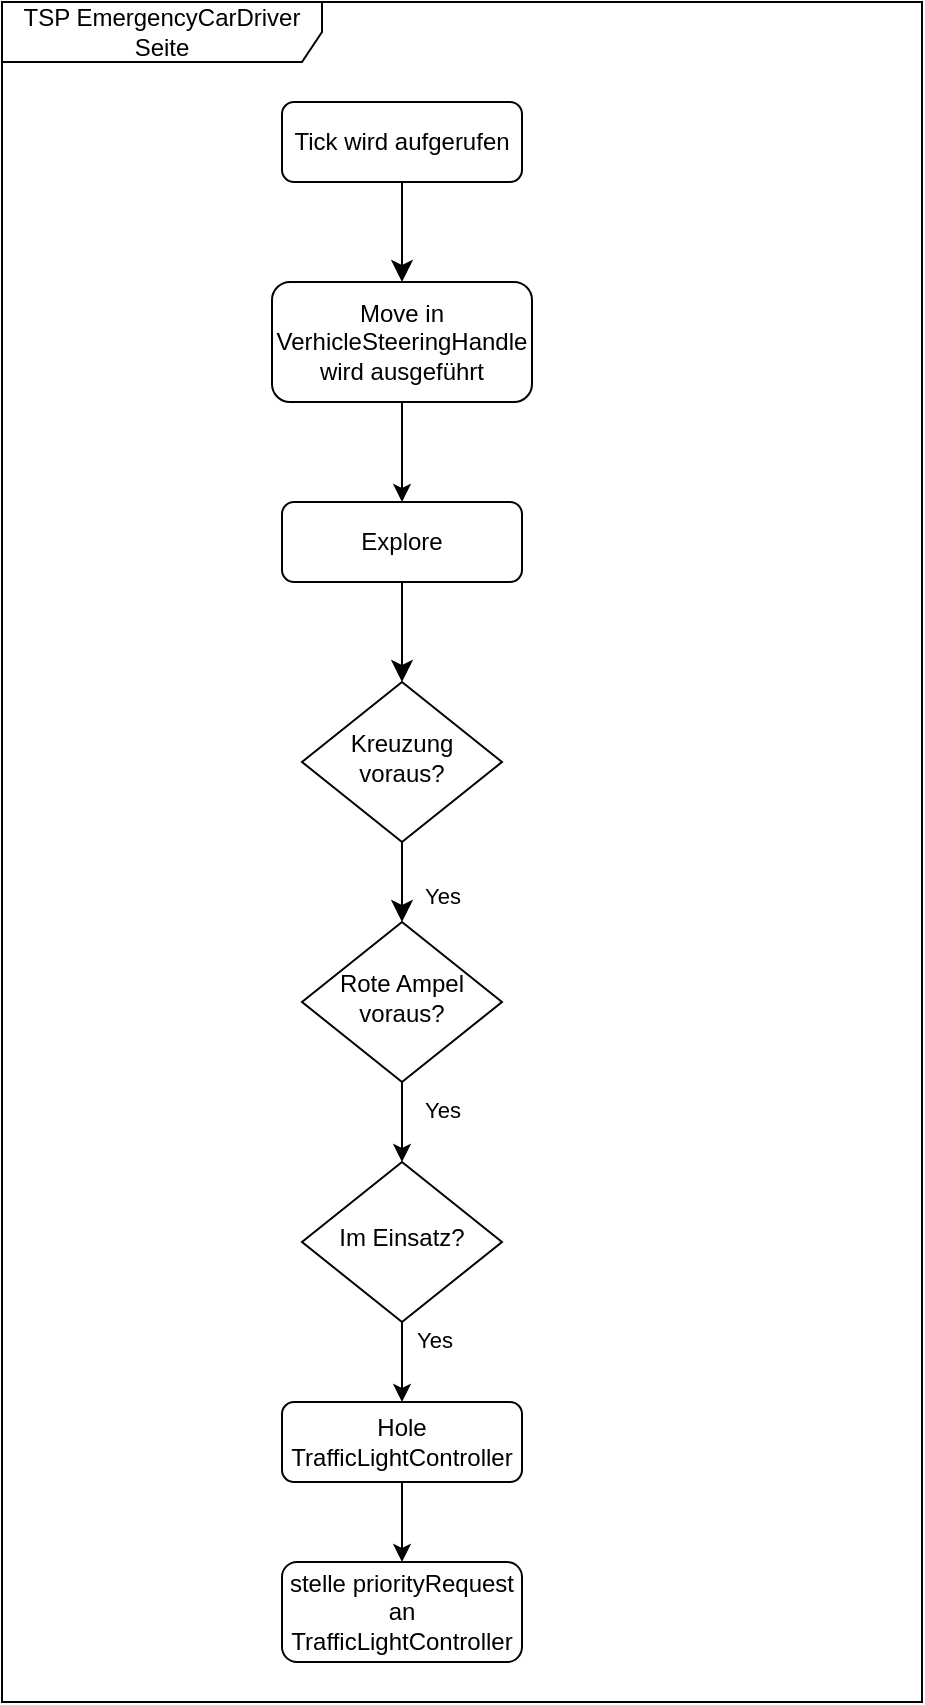
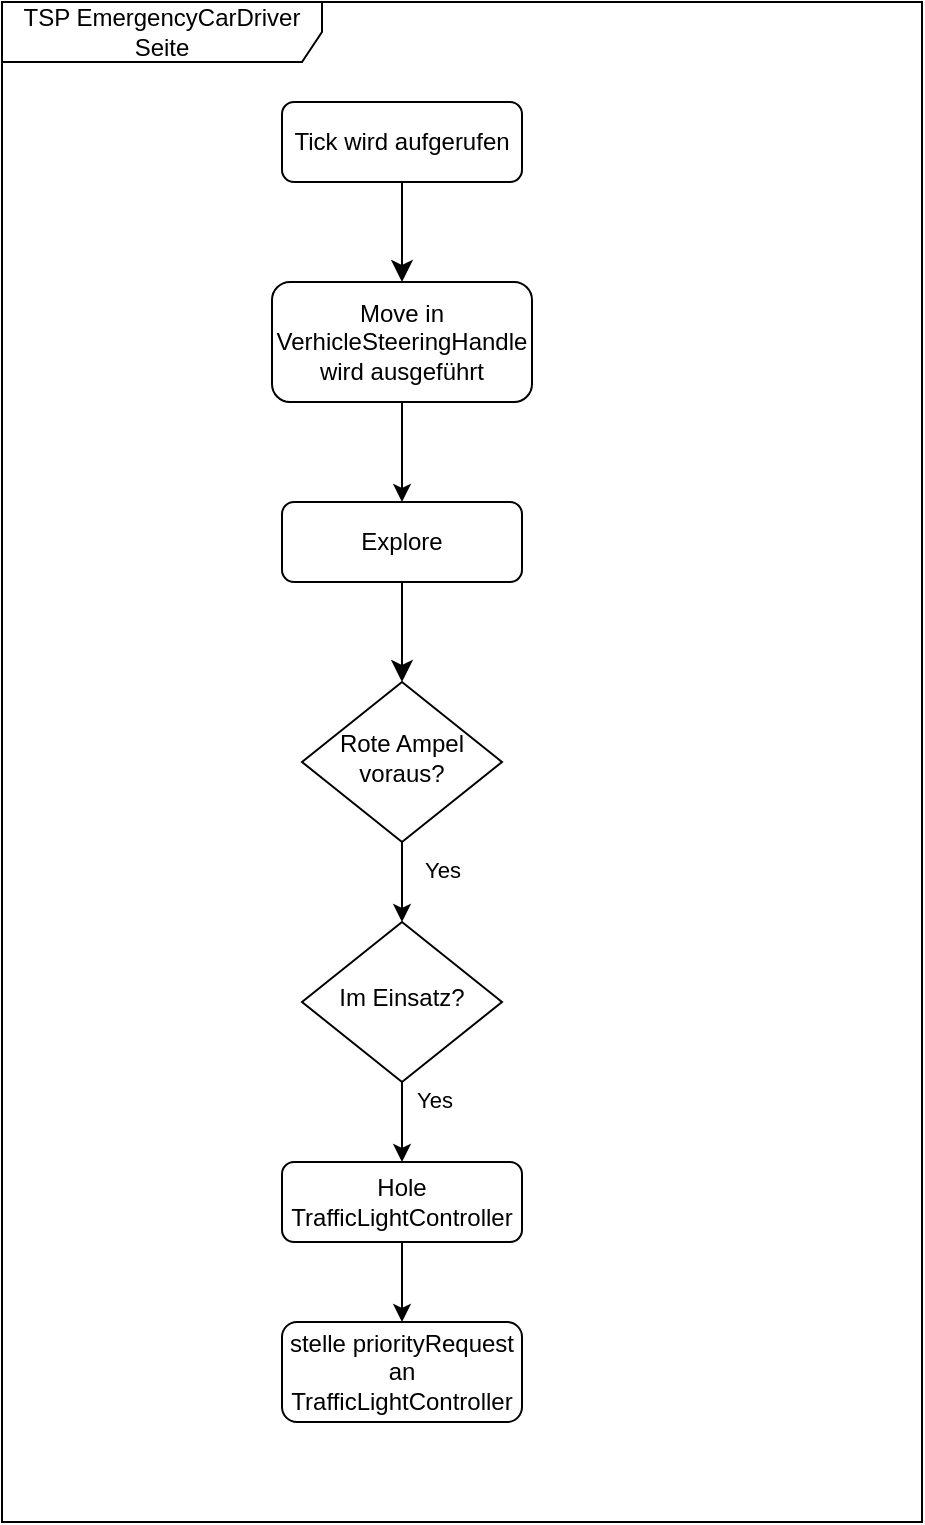
- <mxfile host="Electron" modified="2025-01-20T13:23:38.917Z" agent="Mozilla/5.0 (X11; Linux x86_64) AppleWebKit/537.36 (KHTML, like Gecko) draw.io/24.1.0 Chrome/120.0.6099.109 Electron/28.1.0 Safari/537.36" etag="bBRcKtyAaamduAmRot8n" version="24.1.0" type="device">
+ <mxfile host="Electron" modified="2025-01-20T13:28:28.985Z" agent="Mozilla/5.0 (X11; Linux x86_64) AppleWebKit/537.36 (KHTML, like Gecko) draw.io/24.1.0 Chrome/120.0.6099.109 Electron/28.1.0 Safari/537.36" etag="DqoDmDXPpGcBspJIeM8T" version="24.1.0" type="device">
  <diagram id="C5RBs43oDa-KdzZeNtuy" name="Page-1">
    <mxGraphModel dx="1434" dy="820" grid="1" gridSize="10" guides="1" tooltips="1" connect="1" arrows="1" fold="1" page="1" pageScale="1" pageWidth="827" pageHeight="1169" math="0" shadow="0">
      <root>
        <mxCell id="WIyWlLk6GJQsqaUBKTNV-0" />
        <mxCell id="WIyWlLk6GJQsqaUBKTNV-1" parent="WIyWlLk6GJQsqaUBKTNV-0" />
        <mxCell id="E5wwBqUY0exrpPn3Oe4c-1" value="TSP EmergencyCarDriver Seite" style="shape=umlFrame;whiteSpace=wrap;html=1;pointerEvents=0;recursiveResize=0;container=1;collapsible=0;width=160;" parent="WIyWlLk6GJQsqaUBKTNV-1" vertex="1">
-           <mxGeometry x="60" y="30" width="460" height="850" as="geometry" />
+           <mxGeometry x="60" y="30" width="460" height="760" as="geometry" />
        </mxCell>
        <mxCell id="WIyWlLk6GJQsqaUBKTNV-2" value="" style="rounded=0;html=1;jettySize=auto;orthogonalLoop=1;fontSize=11;endArrow=classic;endFill=1;endSize=8;strokeWidth=1;shadow=0;labelBackgroundColor=none;edgeStyle=orthogonalEdgeStyle;" parent="E5wwBqUY0exrpPn3Oe4c-1" source="WIyWlLk6GJQsqaUBKTNV-3" edge="1">
          <mxGeometry relative="1" as="geometry">
            <mxPoint x="200" y="140" as="targetPoint" />
          </mxGeometry>
        </mxCell>
        <mxCell id="WIyWlLk6GJQsqaUBKTNV-3" value="Tick wird aufgerufen" style="rounded=1;whiteSpace=wrap;html=1;fontSize=12;glass=0;strokeWidth=1;shadow=0;" parent="E5wwBqUY0exrpPn3Oe4c-1" vertex="1">
          <mxGeometry x="140" y="50" width="120" height="40" as="geometry" />
        </mxCell>
-         <mxCell id="WIyWlLk6GJQsqaUBKTNV-4" value="" style="rounded=0;html=1;jettySize=auto;orthogonalLoop=1;fontSize=11;endArrow=classic;endFill=1;endSize=8;strokeWidth=1;shadow=0;labelBackgroundColor=none;edgeStyle=orthogonalEdgeStyle;exitX=0.5;exitY=1;exitDx=0;exitDy=0;" parent="E5wwBqUY0exrpPn3Oe4c-1" source="E5wwBqUY0exrpPn3Oe4c-2" target="WIyWlLk6GJQsqaUBKTNV-10" edge="1">
+         <mxCell id="WIyWlLk6GJQsqaUBKTNV-4" value="" style="rounded=0;html=1;jettySize=auto;orthogonalLoop=1;fontSize=11;endArrow=classic;endFill=1;endSize=8;strokeWidth=1;shadow=0;labelBackgroundColor=none;edgeStyle=orthogonalEdgeStyle;exitX=0.5;exitY=1;exitDx=0;exitDy=0;" parent="E5wwBqUY0exrpPn3Oe4c-1" source="E5wwBqUY0exrpPn3Oe4c-2" edge="1">
          <mxGeometry y="20" relative="1" as="geometry">
            <mxPoint as="offset" />
            <mxPoint x="195" y="370" as="sourcePoint" />
+             <mxPoint x="200" y="340" as="targetPoint" />
          </mxGeometry>
        </mxCell>
        <mxCell id="E5wwBqUY0exrpPn3Oe4c-4" style="edgeStyle=orthogonalEdgeStyle;rounded=0;orthogonalLoop=1;jettySize=auto;html=1;entryX=0.5;entryY=0;entryDx=0;entryDy=0;" parent="E5wwBqUY0exrpPn3Oe4c-1" source="WIyWlLk6GJQsqaUBKTNV-7" target="E5wwBqUY0exrpPn3Oe4c-2" edge="1">
          <mxGeometry relative="1" as="geometry" />
        </mxCell>
        <mxCell id="WIyWlLk6GJQsqaUBKTNV-7" value="Move in VerhicleSteeringHandle wird ausgeführt" style="rounded=1;whiteSpace=wrap;html=1;fontSize=12;glass=0;strokeWidth=1;shadow=0;" parent="E5wwBqUY0exrpPn3Oe4c-1" vertex="1">
          <mxGeometry x="135" y="140" width="130" height="60" as="geometry" />
-         </mxCell>
-         <mxCell id="WIyWlLk6GJQsqaUBKTNV-8" value="Yes" style="rounded=0;html=1;jettySize=auto;orthogonalLoop=1;fontSize=11;endArrow=classic;endFill=1;endSize=8;strokeWidth=1;shadow=0;labelBackgroundColor=none;edgeStyle=orthogonalEdgeStyle;" parent="E5wwBqUY0exrpPn3Oe4c-1" source="WIyWlLk6GJQsqaUBKTNV-10" edge="1">
-           <mxGeometry x="0.3333" y="20" relative="1" as="geometry">
-             <mxPoint as="offset" />
-             <mxPoint x="200" y="460" as="targetPoint" />
-           </mxGeometry>
-         </mxCell>
-         <mxCell id="WIyWlLk6GJQsqaUBKTNV-10" value="Kreuzung voraus?" style="rhombus;whiteSpace=wrap;html=1;shadow=0;fontFamily=Helvetica;fontSize=12;align=center;strokeWidth=1;spacing=6;spacingTop=-4;" parent="E5wwBqUY0exrpPn3Oe4c-1" vertex="1">
-           <mxGeometry x="150" y="340" width="100" height="80" as="geometry" />
        </mxCell>
        <mxCell id="E5wwBqUY0exrpPn3Oe4c-2" value="Explore" style="rounded=1;whiteSpace=wrap;html=1;fontSize=12;glass=0;strokeWidth=1;shadow=0;" parent="E5wwBqUY0exrpPn3Oe4c-1" vertex="1">
          <mxGeometry x="140" y="250" width="120" height="40" as="geometry" />
        </mxCell>
        <mxCell id="E5wwBqUY0exrpPn3Oe4c-8" style="edgeStyle=orthogonalEdgeStyle;rounded=0;orthogonalLoop=1;jettySize=auto;html=1;entryX=0.5;entryY=0;entryDx=0;entryDy=0;" parent="E5wwBqUY0exrpPn3Oe4c-1" source="E5wwBqUY0exrpPn3Oe4c-6" target="E5wwBqUY0exrpPn3Oe4c-7" edge="1">
          <mxGeometry relative="1" as="geometry" />
        </mxCell>
        <mxCell id="E5wwBqUY0exrpPn3Oe4c-13" value="Yes" style="edgeLabel;html=1;align=center;verticalAlign=middle;resizable=0;points=[];" parent="E5wwBqUY0exrpPn3Oe4c-8" vertex="1" connectable="0">
          <mxGeometry x="-0.3" y="-2" relative="1" as="geometry">
            <mxPoint x="22" as="offset" />
          </mxGeometry>
        </mxCell>
        <mxCell id="E5wwBqUY0exrpPn3Oe4c-6" value="Rote Ampel voraus?" style="rhombus;whiteSpace=wrap;html=1;shadow=0;fontFamily=Helvetica;fontSize=12;align=center;strokeWidth=1;spacing=6;spacingTop=-4;" parent="E5wwBqUY0exrpPn3Oe4c-1" vertex="1">
-           <mxGeometry x="150" y="460" width="100" height="80" as="geometry" />
+           <mxGeometry x="150" y="340" width="100" height="80" as="geometry" />
        </mxCell>
        <mxCell id="E5wwBqUY0exrpPn3Oe4c-10" style="edgeStyle=orthogonalEdgeStyle;rounded=0;orthogonalLoop=1;jettySize=auto;html=1;entryX=0.5;entryY=0;entryDx=0;entryDy=0;" parent="E5wwBqUY0exrpPn3Oe4c-1" source="E5wwBqUY0exrpPn3Oe4c-7" target="E5wwBqUY0exrpPn3Oe4c-9" edge="1">
          <mxGeometry relative="1" as="geometry" />
        </mxCell>
        <mxCell id="E5wwBqUY0exrpPn3Oe4c-7" value="Im Einsatz?" style="rhombus;whiteSpace=wrap;html=1;shadow=0;fontFamily=Helvetica;fontSize=12;align=center;strokeWidth=1;spacing=6;spacingTop=-4;" parent="E5wwBqUY0exrpPn3Oe4c-1" vertex="1">
-           <mxGeometry x="150" y="580" width="100" height="80" as="geometry" />
+           <mxGeometry x="150" y="460" width="100" height="80" as="geometry" />
        </mxCell>
-         <mxCell id="E5wwBqUY0exrpPn3Oe4c-12" style="edgeStyle=orthogonalEdgeStyle;rounded=0;orthogonalLoop=1;jettySize=auto;html=1;" parent="E5wwBqUY0exrpPn3Oe4c-1" source="E5wwBqUY0exrpPn3Oe4c-9" target="E5wwBqUY0exrpPn3Oe4c-11" edge="1">
-           <mxGeometry relative="1" as="geometry" />
+         <mxCell id="E5wwBqUY0exrpPn3Oe4c-12" style="edgeStyle=orthogonalEdgeStyle;rounded=0;orthogonalLoop=1;jettySize=auto;html=1;" parent="E5wwBqUY0exrpPn3Oe4c-1" source="E5wwBqUY0exrpPn3Oe4c-9" edge="1">
+           <mxGeometry relative="1" as="geometry">
+             <mxPoint x="200" y="660" as="targetPoint" />
+           </mxGeometry>
        </mxCell>
        <mxCell id="E5wwBqUY0exrpPn3Oe4c-9" value="Hole TrafficLightController" style="rounded=1;whiteSpace=wrap;html=1;fontSize=12;glass=0;strokeWidth=1;shadow=0;" parent="E5wwBqUY0exrpPn3Oe4c-1" vertex="1">
-           <mxGeometry x="140" y="700" width="120" height="40" as="geometry" />
+           <mxGeometry x="140" y="580" width="120" height="40" as="geometry" />
        </mxCell>
        <mxCell id="E5wwBqUY0exrpPn3Oe4c-11" value="stelle priorityRequest an TrafficLightController" style="rounded=1;whiteSpace=wrap;html=1;fontSize=12;glass=0;strokeWidth=1;shadow=0;" parent="E5wwBqUY0exrpPn3Oe4c-1" vertex="1">
-           <mxGeometry x="140" y="780" width="120" height="50" as="geometry" />
+           <mxGeometry x="140" y="660" width="120" height="50" as="geometry" />
        </mxCell>
        <mxCell id="E5wwBqUY0exrpPn3Oe4c-14" value="Yes" style="edgeLabel;html=1;align=center;verticalAlign=middle;resizable=0;points=[];" parent="E5wwBqUY0exrpPn3Oe4c-1" vertex="1" connectable="0">
-           <mxGeometry x="220" y="555" as="geometry">
+           <mxGeometry x="220" y="435" as="geometry">
            <mxPoint x="-4" y="114" as="offset" />
          </mxGeometry>
        </mxCell>
      </root>
    </mxGraphModel>
  </diagram>
</mxfile>
